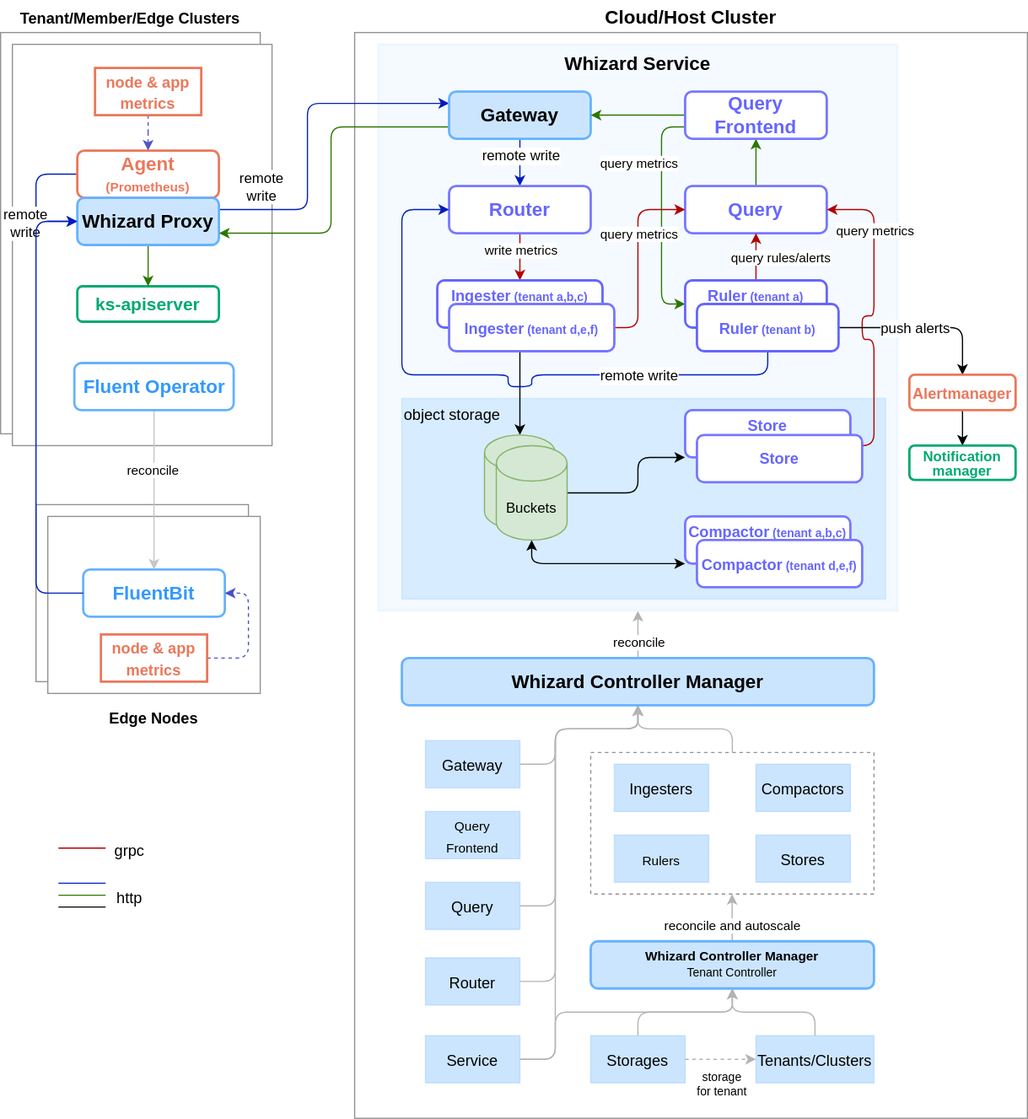
Before: docs/images/whizard.svg, a diagram exported from draw.io (WizTelemetry/whizard). Source tidied: cells renumbered, new cells last; positions are measured from the earlier drawing's top-left corner, leaving out a move shared by most shapes.
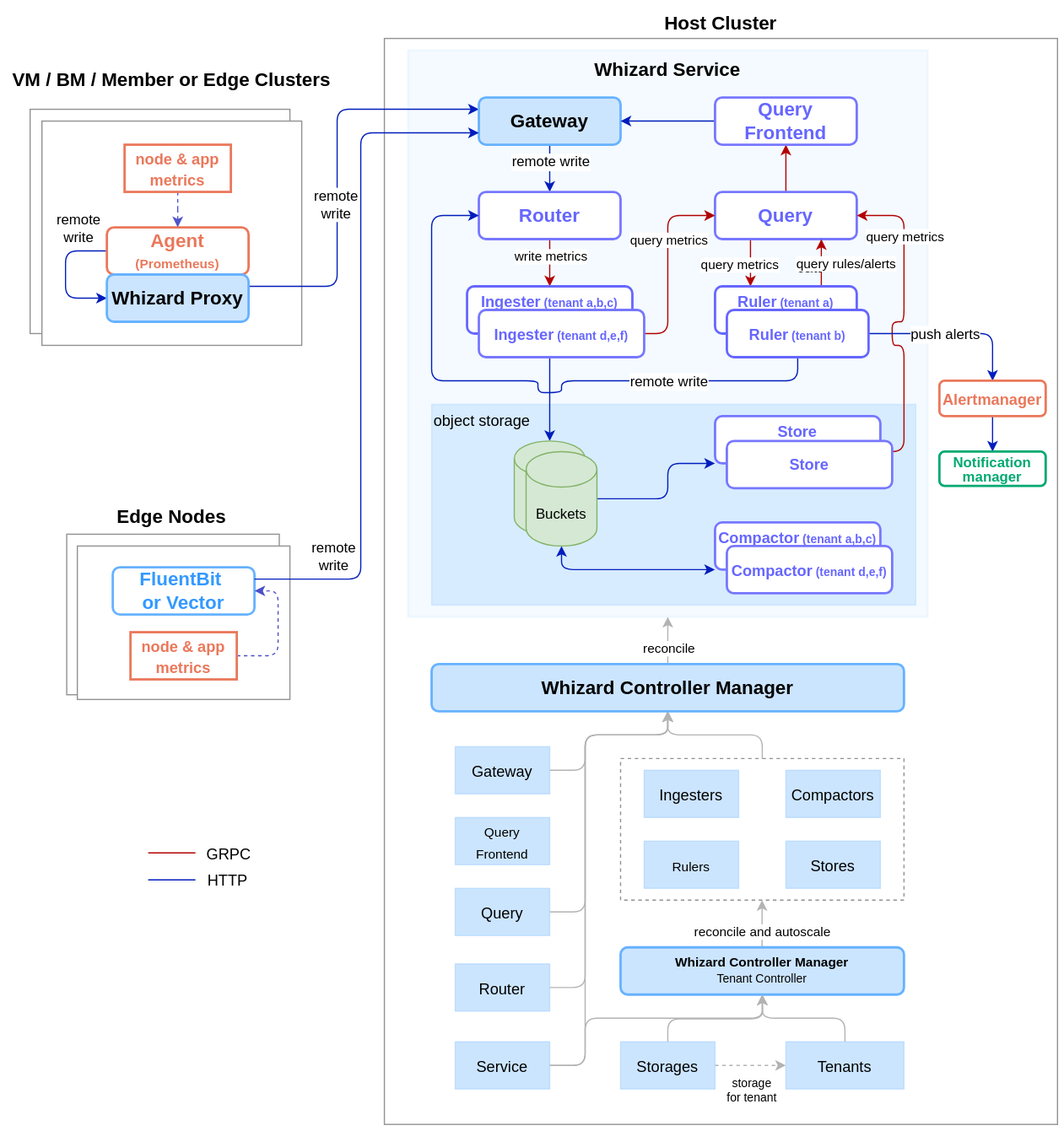
The same file after the commit.

Commit message:
Update whizard architecture (#581)

Change to the diagram source:
```diff
@@ -3,4 +3,24 @@
     <mxCell id="0" />
+    <mxCell id="99" parent="0" />
+    <mxCell id="100" value="Text" style="text;html=1;align=center;verticalAlign=middle;whiteSpace=wrap;rounded=0;fontFamily=Architects Daughter;fontSource=https%3A%2F%2Ffonts.googleapis.com%2Fcss%3Ffamily%3DArchitects%2BDaughter;" parent="99" vertex="1">
+      <mxGeometry x="630" y="180" width="60" height="30" as="geometry" />
+    </mxCell>
+    <mxCell id="101" value="&lt;b style=&quot;font-family: Helvetica;&quot;&gt;&lt;font style=&quot;font-size: 16px;&quot;&gt;VM / BM / Member or Edge Clusters&lt;/font&gt;&lt;/b&gt;" style="text;html=1;align=center;verticalAlign=middle;whiteSpace=wrap;rounded=0;fontFamily=Architects Daughter;fontSource=https%3A%2F%2Ffonts.googleapis.com%2Fcss%3Ffamily%3DArchitects%2BDaughter;" parent="99" vertex="1">
+      <mxGeometry x="-20" y="20" width="280" height="30" as="geometry" />
+    </mxCell>
+    <mxCell id="102" value="&lt;b style=&quot;font-family: Helvetica;&quot;&gt;&lt;font style=&quot;font-size: 16px;&quot;&gt;Edge Nodes&lt;/font&gt;&lt;/b&gt;" style="text;html=1;align=center;verticalAlign=middle;whiteSpace=wrap;rounded=0;fontFamily=Architects Daughter;fontSource=https%3A%2F%2Ffonts.googleapis.com%2Fcss%3Ffamily%3DArchitects%2BDaughter;" parent="99" vertex="1">
+      <mxGeometry x="65" y="390" width="110" height="30" as="geometry" />
+    </mxCell>
+    <mxCell id="103" value="&lt;font style=&quot;font-size: 12px;&quot;&gt;remote &lt;br&gt;write&lt;/font&gt;" style="edgeLabel;html=1;align=center;verticalAlign=middle;fontSize=12;" parent="99" vertex="1">
+      <mxGeometry x="268" y="180" as="geometry">
+        <mxPoint x="-12" y="258" as="offset" />
+      </mxGeometry>
+    </mxCell>
+    <mxCell id="104" value="HTTP" style="edgeLabel;html=1;align=center;verticalAlign=middle;fontSize=13;" parent="99" vertex="1">
+      <mxGeometry x="164" y="714" as="geometry">
+        <mxPoint x="2" y="-2" as="offset" />
+      </mxGeometry>
+    </mxCell>
     <mxCell id="1" value="design" parent="0" />
-    <mxCell id="2" value="&lt;font style=&quot;&quot;&gt;&lt;font style=&quot;font-size: 16px;&quot;&gt;&lt;b&gt;Cloud/Host Cluster&lt;/b&gt;&lt;/font&gt;&lt;br&gt;&lt;/font&gt;" style="rounded=0;whiteSpace=wrap;html=1;verticalAlign=bottom;labelPosition=center;verticalLabelPosition=top;align=center;fontSize=20;fillColor=none;strokeColor=#919191;" parent="1" vertex="1">
+    <mxCell id="2" value="&lt;font style=&quot;&quot;&gt;&lt;font style=&quot;font-size: 16px;&quot;&gt;&lt;b&gt;Host Cluster&lt;/b&gt;&lt;/font&gt;&lt;br&gt;&lt;/font&gt;" style="rounded=0;whiteSpace=wrap;html=1;verticalAlign=bottom;labelPosition=center;verticalLabelPosition=top;align=center;fontSize=20;fillColor=none;strokeColor=#919191;" parent="1" vertex="1">
       <mxGeometry x="300" width="570" height="920" as="geometry" />
@@ -8,6 +28,6 @@
     <mxCell id="3" style="rounded=0;whiteSpace=wrap;html=1;verticalAlign=top;labelPosition=center;verticalLabelPosition=middle;align=center;fontSize=20;fillColor=default;strokeColor=#919191;shadow=0;" parent="1" vertex="1">
-      <mxGeometry x="30" y="400" width="180" height="150" as="geometry" />
+      <mxGeometry x="31" y="420" width="180" height="136" as="geometry" />
     </mxCell>
-    <mxCell id="4" value="&lt;font style=&quot;font-size: 13px;&quot;&gt;&lt;b&gt;Edge Nodes&lt;/b&gt;&lt;/font&gt;" style="rounded=0;whiteSpace=wrap;html=1;verticalAlign=top;labelPosition=center;verticalLabelPosition=bottom;align=center;fontSize=20;fillColor=default;strokeColor=#919191;shadow=0;" parent="1" vertex="1">
-      <mxGeometry x="40" y="410" width="180" height="150" as="geometry" />
+    <mxCell id="4" style="rounded=0;whiteSpace=wrap;html=1;verticalAlign=top;labelPosition=center;verticalLabelPosition=bottom;align=center;fontSize=20;fillColor=default;strokeColor=#919191;shadow=0;" parent="1" vertex="1">
+      <mxGeometry x="40" y="430" width="180" height="130" as="geometry" />
     </mxCell>
@@ -25,11 +45,8 @@
     </mxCell>
-    <mxCell id="9" value="&lt;font size=&quot;1&quot; style=&quot;&quot;&gt;&lt;b style=&quot;font-size: 13px;&quot;&gt;Tenant/Member/Edge Clusters&lt;/b&gt;&lt;/font&gt;" style="rounded=0;whiteSpace=wrap;html=1;verticalAlign=bottom;labelPosition=center;verticalLabelPosition=top;align=center;fontSize=20;fillColor=default;strokeColor=#919191;" parent="1" vertex="1">
-      <mxGeometry width="220" height="340" as="geometry" />
+    <mxCell id="9" style="rounded=0;whiteSpace=wrap;html=1;verticalAlign=bottom;labelPosition=center;verticalLabelPosition=top;align=center;fontSize=20;fillColor=default;strokeColor=#919191;" parent="1" vertex="1">
+      <mxGeometry y="60" width="220" height="190" as="geometry" />
     </mxCell>
     <mxCell id="10" style="rounded=0;whiteSpace=wrap;html=1;verticalAlign=bottom;labelPosition=center;verticalLabelPosition=top;align=center;fontSize=20;fillColor=default;strokeColor=#919191;shadow=0;" parent="1" vertex="1">
-      <mxGeometry x="10" y="10" width="220" height="340" as="geometry" />
+      <mxGeometry x="10" y="70" width="220" height="190" as="geometry" />
     </mxCell>
-    <mxCell id="11" value="&lt;font color=&quot;#00a971&quot; style=&quot;font-size: 15px;&quot;&gt;&lt;b style=&quot;font-size: 15px;&quot;&gt;ks-apiserver&lt;/b&gt;&lt;/font&gt;" style="rounded=1;whiteSpace=wrap;html=1;strokeWidth=2;fontSize=15;fillColor=#FFFFFF;strokeColor=#00A971;" parent="1" vertex="1">
-      <mxGeometry x="65" y="215" width="120" height="30" as="geometry" />
-    </mxCell>
     <mxCell id="12" style="edgeStyle=orthogonalEdgeStyle;html=1;entryX=0;entryY=0.5;entryDx=0;entryDy=0;fontSize=16;exitX=0;exitY=0.5;exitDx=0;exitDy=0;strokeColor=#001DBC;" parent="1" edge="1" source="14" target="18">
@@ -37,4 +54,4 @@
         <Array as="points">
-          <mxPoint x="30" y="120" />
-          <mxPoint x="30" y="160" />
+          <mxPoint x="30" y="180" />
+          <mxPoint x="30" y="220" />
         </Array>
@@ -44,3 +61,3 @@
       <mxGeometry x="-0.19" y="-1" relative="1" as="geometry">
-        <mxPoint x="-9" y="31" as="offset" />
+        <mxPoint x="11" y="-30" as="offset" />
       </mxGeometry>
@@ -48,3 +65,3 @@
     <mxCell id="14" value="&lt;font&gt;&lt;b&gt;&lt;span style=&quot;font-size: 16px&quot;&gt;Agent &lt;/span&gt;&lt;font style=&quot;font-size: 11px&quot;&gt;(Prometheus)&lt;/font&gt;&lt;/b&gt;&lt;/font&gt;" style="rounded=1;whiteSpace=wrap;html=1;fontSize=15;strokeWidth=2;fillColor=#FFFFFF;gradientColor=none;gradientDirection=north;strokeColor=#EA785B;fontColor=#EA785B;" parent="1" vertex="1">
-      <mxGeometry x="65" y="100" width="120" height="40" as="geometry" />
+      <mxGeometry x="65" y="160" width="120" height="40" as="geometry" />
     </mxCell>
@@ -53,3 +70,3 @@
         <Array as="points">
-          <mxPoint x="260" y="150" />
+          <mxPoint x="260" y="210" />
           <mxPoint x="260" y="60" />
@@ -60,10 +77,7 @@
       <mxGeometry x="0.03" y="1" relative="1" as="geometry">
-        <mxPoint x="-39" y="51" as="offset" />
+        <mxPoint x="-1" y="32" as="offset" />
       </mxGeometry>
     </mxCell>
-    <mxCell id="17" style="edgeStyle=orthogonalEdgeStyle;html=1;startArrow=none;startFill=0;strokeColor=#2D7600;elbow=vertical;" parent="1" edge="1" source="18" target="11">
-      <mxGeometry relative="1" as="geometry" />
-    </mxCell>
     <mxCell id="18" value="&lt;span style=&quot;font-size: 16px&quot;&gt;&lt;b&gt;Whizard Proxy&lt;/b&gt;&lt;/span&gt;" style="rounded=1;whiteSpace=wrap;html=1;fontSize=15;strokeWidth=2;fillColor=#CCE5FF;gradientColor=none;gradientDirection=east;strokeColor=#66B2FF;fontColor=#000000;" parent="1" vertex="1">
-      <mxGeometry x="65" y="140" width="120" height="40" as="geometry" />
+      <mxGeometry x="65" y="200" width="120" height="40" as="geometry" />
     </mxCell>
@@ -89,10 +103,2 @@
     </mxCell>
-    <mxCell id="24" style="edgeStyle=orthogonalEdgeStyle;html=1;entryX=1;entryY=0.75;entryDx=0;entryDy=0;startArrow=none;startFill=0;strokeColor=#2D7600;elbow=vertical;exitX=0;exitY=0.75;exitDx=0;exitDy=0;" parent="1" edge="1" source="25" target="18">
-      <mxGeometry relative="1" as="geometry">
-        <Array as="points">
-          <mxPoint x="280" y="80" />
-          <mxPoint x="280" y="170" />
-        </Array>
-      </mxGeometry>
-    </mxCell>
     <mxCell id="25" value="&lt;span style=&quot;font-size: 16px&quot;&gt;&lt;b&gt;Gateway&lt;/b&gt;&lt;/span&gt;" style="rounded=1;whiteSpace=wrap;html=1;fontSize=15;strokeWidth=2;fillColor=#CCE5FF;gradientColor=none;gradientDirection=east;strokeColor=#66B2FF;" parent="1" vertex="1">
@@ -100,12 +106,7 @@
     </mxCell>
-    <mxCell id="26" style="edgeStyle=orthogonalEdgeStyle;html=1;strokeColor=#2D7600;" parent="1" edge="1" source="29" target="31">
+    <mxCell id="26" style="edgeStyle=orthogonalEdgeStyle;html=1;strokeColor=#B20000;" parent="1" edge="1" source="29" target="31">
       <mxGeometry relative="1" as="geometry" />
     </mxCell>
-    <mxCell id="27" style="edgeStyle=orthogonalEdgeStyle;html=1;entryX=0;entryY=0.5;entryDx=0;entryDy=0;startArrow=none;startFill=0;strokeColor=#2D7600;elbow=vertical;exitX=0;exitY=0.75;exitDx=0;exitDy=0;" parent="1" edge="1" source="31" target="46">
-      <mxGeometry relative="1" as="geometry">
-        <Array as="points">
-          <mxPoint x="560" y="80" />
-          <mxPoint x="560" y="230" />
-        </Array>
-      </mxGeometry>
+    <mxCell id="27" style="edgeStyle=orthogonalEdgeStyle;html=1;entryX=0.25;entryY=0;entryDx=0;entryDy=0;startArrow=none;startFill=0;strokeColor=#B20000;elbow=vertical;exitX=0.25;exitY=1;exitDx=0;exitDy=0;" parent="1" edge="1" source="29" target="46">
+      <mxGeometry relative="1" as="geometry" />
     </mxCell>
@@ -113,3 +114,3 @@
       <mxGeometry x="-0.37" relative="1" as="geometry">
-        <mxPoint x="-20" y="-10" as="offset" />
+        <mxPoint x="-10" y="8" as="offset" />
       </mxGeometry>
@@ -119,3 +120,3 @@
     </mxCell>
-    <mxCell id="30" style="edgeStyle=orthogonalEdgeStyle;html=1;entryX=1;entryY=0.5;entryDx=0;entryDy=0;strokeColor=#2D7600;" parent="1" edge="1" source="31" target="25">
+    <mxCell id="30" style="edgeStyle=orthogonalEdgeStyle;html=1;entryX=1;entryY=0.5;entryDx=0;entryDy=0;strokeColor=#001DBC;" parent="1" edge="1" source="31" target="25">
       <mxGeometry relative="1" as="geometry" />
@@ -134,3 +135,3 @@
     </mxCell>
-    <mxCell id="35" style="edgeStyle=orthogonalEdgeStyle;html=1;startArrow=none;startFill=0;strokeColor=#000000;elbow=vertical;entryX=0.5;entryY=0;entryDx=0;entryDy=0;entryPerimeter=0;" parent="1" edge="1" source="36" target="52">
+    <mxCell id="35" style="edgeStyle=orthogonalEdgeStyle;html=1;startArrow=none;startFill=0;strokeColor=#001DBC;elbow=vertical;entryX=0.5;entryY=0;entryDx=0;entryDy=0;entryPerimeter=0;" parent="1" edge="1" source="36" target="52">
       <mxGeometry relative="1" as="geometry" />
@@ -178,3 +179,3 @@
     </mxCell>
-    <mxCell id="44" style="edgeStyle=orthogonalEdgeStyle;html=1;entryX=0.5;entryY=1;entryDx=0;entryDy=0;startArrow=none;startFill=0;strokeColor=#B20000;elbow=vertical;exitX=0.5;exitY=0;exitDx=0;exitDy=0;" parent="1" edge="1" source="46" target="29">
+    <mxCell id="44" style="edgeStyle=orthogonalEdgeStyle;html=1;entryX=0.75;entryY=1;entryDx=0;entryDy=0;startArrow=none;startFill=0;strokeColor=#B20000;elbow=vertical;exitX=0.75;exitY=0;exitDx=0;exitDy=0;" parent="1" edge="1" source="46" target="29">
       <mxGeometry relative="1" as="geometry" />
@@ -207,3 +208,3 @@
     </mxCell>
-    <mxCell id="49" style="edgeStyle=orthogonalEdgeStyle;html=1;entryX=0.5;entryY=0;entryDx=0;entryDy=0;startArrow=none;startFill=0;strokeColor=#000000;elbow=vertical;" parent="1" edge="1" source="51" target="59">
+    <mxCell id="49" style="edgeStyle=orthogonalEdgeStyle;html=1;entryX=0.5;entryY=0;entryDx=0;entryDy=0;startArrow=none;startFill=0;strokeColor=#001DBC;elbow=vertical;" parent="1" edge="1" source="51" target="59">
       <mxGeometry relative="1" as="geometry">
@@ -225,3 +226,3 @@
     </mxCell>
-    <mxCell id="53" style="edgeStyle=orthogonalEdgeStyle;html=1;strokeColor=#000000;elbow=vertical;exitX=0.5;exitY=1;exitDx=0;exitDy=0;exitPerimeter=0;startArrow=classic;startFill=1;" parent="1" edge="1" source="55">
+    <mxCell id="53" style="edgeStyle=orthogonalEdgeStyle;html=1;strokeColor=#001DBC;elbow=vertical;exitX=0.5;exitY=1;exitDx=0;exitDy=0;exitPerimeter=0;startArrow=classic;startFill=1;" parent="1" edge="1" source="55">
       <mxGeometry relative="1" as="geometry">
@@ -233,3 +234,3 @@
     </mxCell>
-    <mxCell id="54" style="edgeStyle=orthogonalEdgeStyle;html=1;entryX=0;entryY=1;entryDx=0;entryDy=0;startArrow=none;startFill=0;strokeColor=#000000;elbow=vertical;" parent="1" edge="1" source="55" target="56">
+    <mxCell id="54" style="edgeStyle=orthogonalEdgeStyle;html=1;entryX=0;entryY=1;entryDx=0;entryDy=0;startArrow=none;startFill=0;strokeColor=#001DBC;elbow=vertical;" parent="1" edge="1" source="55" target="56">
       <mxGeometry relative="1" as="geometry">
@@ -250,3 +251,3 @@
     </mxCell>
-    <mxCell id="58" style="edgeStyle=orthogonalEdgeStyle;rounded=0;jettySize=auto;html=1;entryX=0.5;entryY=0;entryDx=0;entryDy=0;" parent="1" edge="1" source="59" target="98">
+    <mxCell id="58" style="edgeStyle=orthogonalEdgeStyle;rounded=0;jettySize=auto;html=1;entryX=0.5;entryY=0;entryDx=0;entryDy=0;strokeColor=#001DBC;" parent="1" edge="1" source="59" target="98">
       <mxGeometry relative="1" as="geometry" />
@@ -258,9 +259,9 @@
       <mxGeometry relative="1" as="geometry">
-        <mxPoint x="49" y="691" as="sourcePoint" />
-        <mxPoint x="89" y="691" as="targetPoint" />
+        <mxPoint x="100" y="690" as="sourcePoint" />
+        <mxPoint x="140" y="690" as="targetPoint" />
       </mxGeometry>
     </mxCell>
-    <mxCell id="61" value="grpc" style="edgeLabel;html=1;align=center;verticalAlign=middle;fontSize=13;" parent="60" vertex="1">
+    <mxCell id="61" value="GRPC" style="edgeLabel;html=1;align=center;verticalAlign=middle;fontSize=13;" parent="60" vertex="1">
       <mxGeometry x="0.4" relative="1" as="geometry">
-        <mxPoint x="31" y="1" as="offset" />
+        <mxPoint x="39" as="offset" />
       </mxGeometry>
@@ -269,23 +270,6 @@
       <mxGeometry relative="1" as="geometry">
-        <mxPoint x="49" y="720.8" as="sourcePoint" />
-        <mxPoint x="89" y="720.8" as="targetPoint" />
+        <mxPoint x="100" y="712.8" as="sourcePoint" />
+        <mxPoint x="140" y="712.8" as="targetPoint" />
       </mxGeometry>
     </mxCell>
-    <mxCell id="63" style="endArrow=none;html=1;fontSize=13;strokeColor=#2D7600;elbow=vertical;" parent="1" edge="1">
-      <mxGeometry relative="1" as="geometry">
-        <mxPoint x="49" y="731" as="sourcePoint" />
-        <mxPoint x="89" y="731" as="targetPoint" />
-      </mxGeometry>
-    </mxCell>
-    <mxCell id="64" value="http" style="edgeLabel;html=1;align=center;verticalAlign=middle;fontSize=13;" parent="63" vertex="1">
-      <mxGeometry x="0.4" relative="1" as="geometry">
-        <mxPoint x="31" y="1" as="offset" />
-      </mxGeometry>
-    </mxCell>
-    <mxCell id="65" style="endArrow=none;html=1;fontSize=13;strokeColor=#000000;elbow=vertical;" parent="1" edge="1">
-      <mxGeometry relative="1" as="geometry">
-        <mxPoint x="49" y="741" as="sourcePoint" />
-        <mxPoint x="89" y="741" as="targetPoint" />
-      </mxGeometry>
-    </mxCell>
     <mxCell id="66" style="edgeStyle=orthogonalEdgeStyle;html=1;fontSize=11;strokeColor=#B3B3B3;" parent="1" edge="1" source="67" target="21">
@@ -293,3 +277,3 @@
     </mxCell>
-    <mxCell id="67" value="&lt;font style=&quot;font-size: 13px&quot;&gt;Tenants/Clusters&lt;/font&gt;" style="rounded=0;whiteSpace=wrap;html=1;fontSize=15;strokeWidth=1;fillColor=#99CCFF;gradientColor=none;gradientDirection=east;strokeColor=#99CCFF;opacity=50;" parent="1" vertex="1">
+    <mxCell id="67" value="&lt;font style=&quot;font-size: 13px&quot;&gt;Tenants&lt;/font&gt;" style="rounded=0;whiteSpace=wrap;html=1;fontSize=15;strokeWidth=1;fillColor=#99CCFF;gradientColor=none;gradientDirection=east;strokeColor=#99CCFF;opacity=50;" parent="1" vertex="1">
       <mxGeometry x="640" y="850" width="100" height="40" as="geometry" />
@@ -393,10 +377,10 @@
     </mxCell>
-    <mxCell id="89" value="&lt;span style=&quot;font-size: 16px&quot;&gt;&lt;b&gt;FluentBit&lt;/b&gt;&lt;/span&gt;" style="rounded=1;whiteSpace=wrap;html=1;fontSize=15;strokeWidth=2;fillColor=#FFFFFF;gradientColor=none;gradientDirection=north;strokeColor=#66B2FF;fontColor=#3399FF;" parent="1" vertex="1">
-      <mxGeometry x="70" y="455" width="120" height="40" as="geometry" />
+    <mxCell id="89" value="&lt;span style=&quot;font-size: 16px&quot;&gt;&lt;b&gt;FluentBit&amp;nbsp; &lt;br&gt;or Vector&lt;/b&gt;&lt;/span&gt;" style="rounded=1;whiteSpace=wrap;html=1;fontSize=15;strokeWidth=2;fillColor=#FFFFFF;gradientColor=none;gradientDirection=north;strokeColor=#66B2FF;fontColor=#3399FF;" parent="1" vertex="1">
+      <mxGeometry x="70" y="448" width="120" height="40" as="geometry" />
     </mxCell>
-    <mxCell id="90" style="edgeStyle=orthogonalEdgeStyle;html=1;entryX=0;entryY=0.5;entryDx=0;entryDy=0;fontSize=10;fontColor=#000000;strokeColor=#001DBC;" parent="1" edge="1" source="89" target="18">
+    <mxCell id="90" style="edgeStyle=orthogonalEdgeStyle;html=1;entryX=0;entryY=0.75;entryDx=0;entryDy=0;fontSize=10;fontColor=#000000;strokeColor=#001DBC;exitX=1;exitY=0.25;exitDx=0;exitDy=0;" parent="1" edge="1" source="89" target="25">
       <mxGeometry relative="1" as="geometry">
         <Array as="points">
-          <mxPoint x="30" y="475" />
-          <mxPoint x="30" y="160" />
+          <mxPoint x="280" y="458" />
+          <mxPoint x="280" y="80" />
         </Array>
@@ -404,11 +388,2 @@
     </mxCell>
-    <mxCell id="91" style="edgeStyle=orthogonalEdgeStyle;rounded=1;jettySize=auto;html=1;entryX=0.5;entryY=0;entryDx=0;entryDy=0;strokeColor=#c6c6c6;" parent="1" edge="1" source="93" target="89">
-      <mxGeometry relative="1" as="geometry" />
-    </mxCell>
-    <mxCell id="92" value="reconcile" style="edgeLabel;html=1;align=center;verticalAlign=middle;" parent="91" vertex="1">
-      <mxGeometry x="-0.26" y="-2" relative="1" as="geometry" />
-    </mxCell>
-    <mxCell id="93" value="&lt;span style=&quot;font-size: 16px&quot;&gt;&lt;b&gt;Fluent Operator&lt;/b&gt;&lt;/span&gt;" style="rounded=1;whiteSpace=wrap;html=1;fontSize=15;strokeWidth=2;fillColor=#FFFFFF;gradientColor=none;gradientDirection=north;strokeColor=#66B2FF;fontColor=#3399FF;" parent="1" vertex="1">
-      <mxGeometry x="62.5" y="280" width="135" height="40" as="geometry" />
-    </mxCell>
     <mxCell id="94" style="edgeStyle=orthogonalEdgeStyle;rounded=1;jettySize=auto;html=1;entryX=1;entryY=0.5;entryDx=0;entryDy=0;exitX=1;exitY=0.5;exitDx=0;exitDy=0;strokeColor=#4a4fc9;dashed=1;" parent="1" edge="1" source="95" target="89">
@@ -416,4 +391,4 @@
         <Array as="points">
-          <mxPoint x="210" y="530" />
-          <mxPoint x="210" y="475" />
+          <mxPoint x="210" y="523" />
+          <mxPoint x="210" y="468" />
         </Array>
@@ -422,3 +397,3 @@
     <mxCell id="95" value="&lt;font color=&quot;#ea785b&quot;&gt;&lt;span style=&quot;font-size: 13px;&quot;&gt;&lt;b&gt;node &amp;amp; app metrics&lt;/b&gt;&lt;/span&gt;&lt;/font&gt;" style="rounded=0;whiteSpace=wrap;html=1;fontSize=15;strokeWidth=2;fillColor=#FFFFFF;gradientColor=none;gradientDirection=north;strokeColor=#EA785B;" parent="1" vertex="1">
-      <mxGeometry x="85" y="510" width="90" height="40" as="geometry" />
+      <mxGeometry x="85" y="503" width="90" height="40" as="geometry" />
     </mxCell>
@@ -428,3 +403,3 @@
     <mxCell id="97" value="&lt;font color=&quot;#ea785b&quot;&gt;&lt;span style=&quot;font-size: 13px;&quot;&gt;&lt;b&gt;node &amp;amp; app metrics&lt;/b&gt;&lt;/span&gt;&lt;/font&gt;" style="rounded=0;whiteSpace=wrap;html=1;fontSize=15;strokeWidth=2;fillColor=#FFFFFF;gradientColor=none;gradientDirection=north;strokeColor=#EA785B;" parent="1" vertex="1">
-      <mxGeometry x="80" y="30" width="90" height="40" as="geometry" />
+      <mxGeometry x="80" y="90" width="90" height="40" as="geometry" />
     </mxCell>
```
